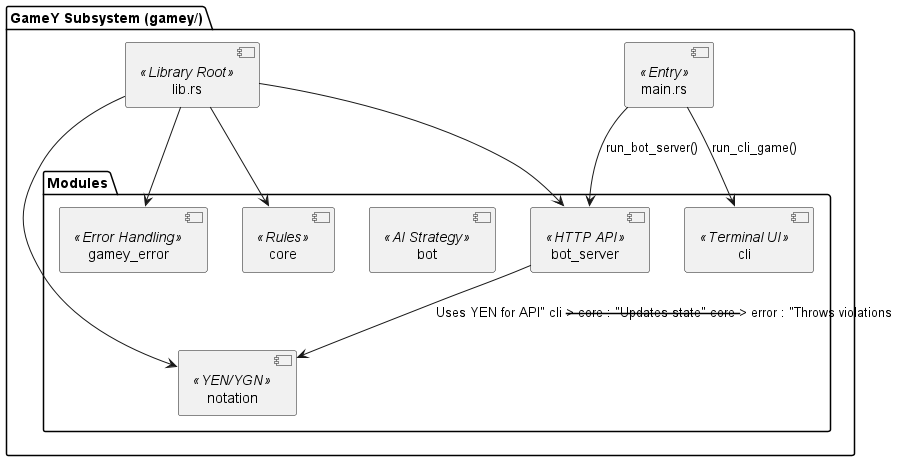
Earlier version of the PlantUML export images/gamey-level2.png (Arquisoft/yovi_en1a).
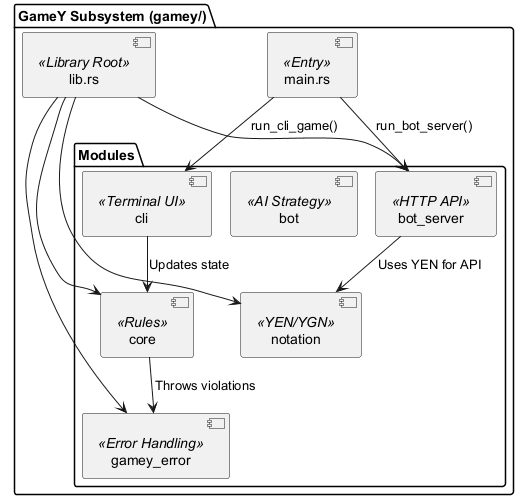
Above is the later version.

Change to the diagram source:
```diff
@@ -23,5 +23,7 @@
 lib --> notation
 lib --> error
 
-server --> notation : "Uses YEN for API" cli --> core : "Updates state" core --> error : "Throws violations"
+server --> notation : "Uses YEN for API"
+cli --> core : "Updates state"
+core --> error : "Throws violations"
 @enduml
```
